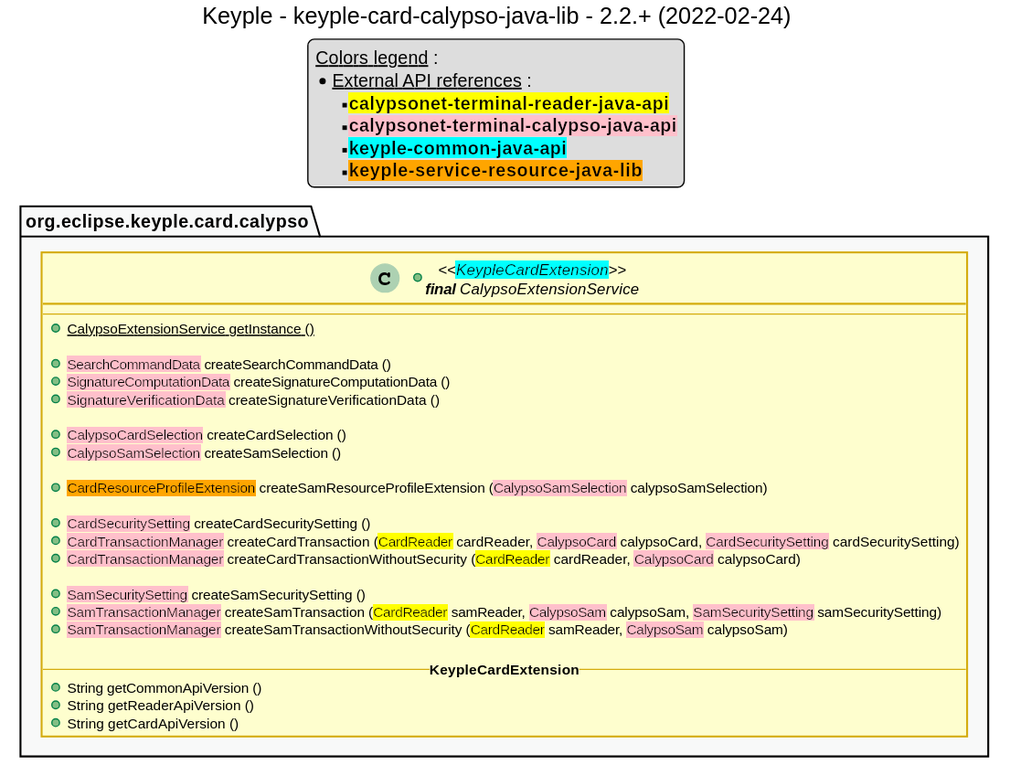
Before: src/main/uml/api_class_diagram.svg, a diagram exported from PlantUML (eclipse-keyple/keyple-card-calypso-java-lib).
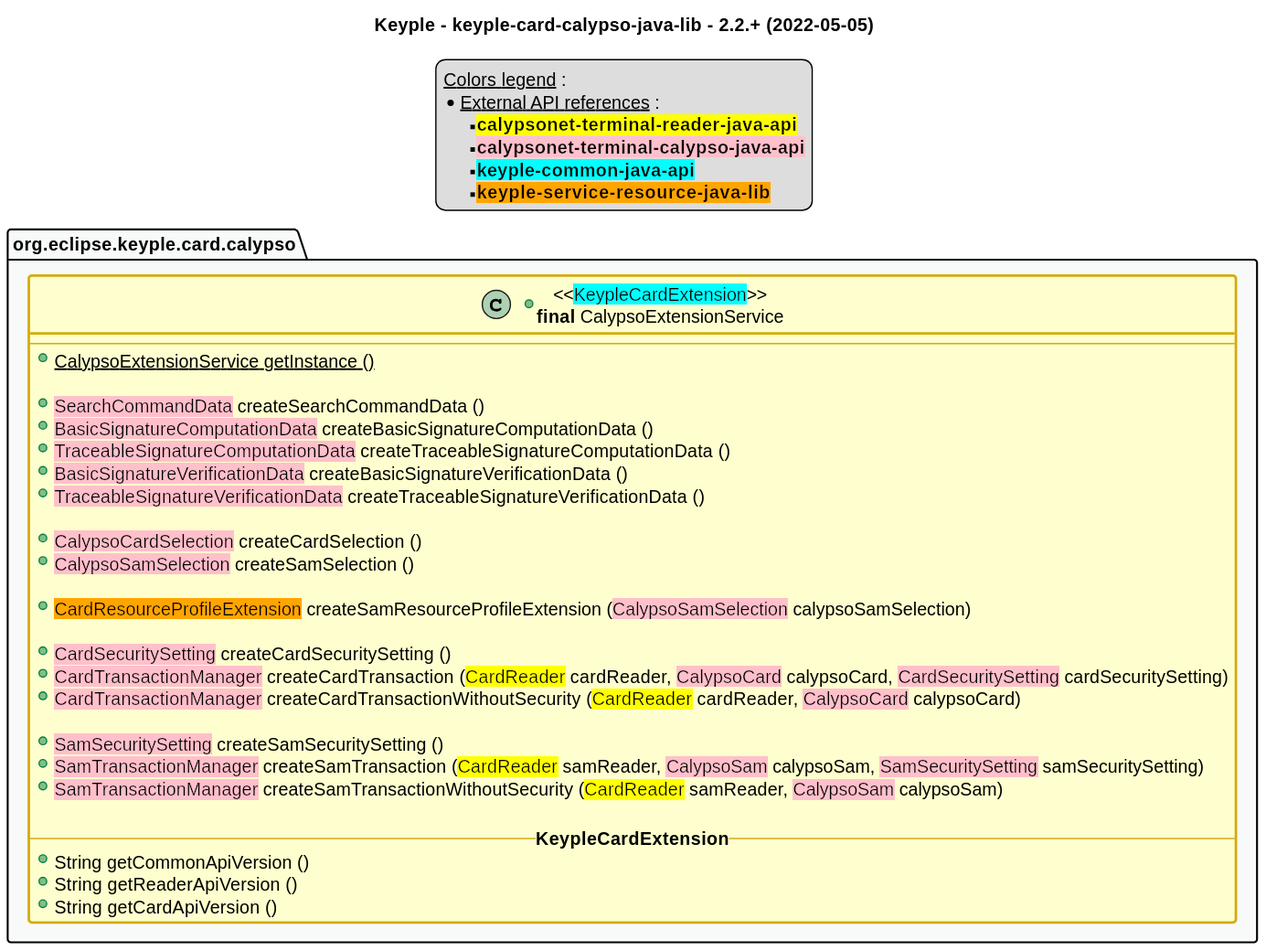
Above is the later version.

Change to the diagram source:
```diff
@@ -1,6 +1,6 @@
 @startuml
 title
-    Keyple - keyple-card-calypso-java-lib - 2.2.+ (2022-02-24)
+    Keyple - keyple-card-calypso-java-lib - 2.2.+ (2022-05-05)
 end title
 
 
@@ -13,13 +13,16 @@
 !define C_LINK 3498DB
 !define C_USE 27AE60
 
-skinparam Shadowing false
-skinparam ClassFontStyle italic
-skinparam ClassBorderColor #D4AC0D
 skinparam stereotypeABorderColor #A9DCDF
 skinparam stereotypeIBorderColor #B4A7E5
 skinparam stereotypeCBorderColor #ADD1B2
 skinparam stereotypeEBorderColor #EB93DF
+
+skinparam ClassBorderThickness 2
+skinparam ArrowThickness 2
+
+skinparam ClassBackgroundColor #FEFECE
+skinparam ClassBorderColor #D4AC0D
 skinparam ClassBackgroundColor<<red>> #FDEDEC
 skinparam ClassBorderColor<<red>> #E74C3C
 hide <<red>> stereotype
@@ -52,8 +55,10 @@
         +{static} CalypsoExtensionService getInstance ()
 
         +<back:pink>SearchCommandData</back> createSearchCommandData ()
-        +<back:pink>SignatureComputationData</back> createSignatureComputationData ()
-        +<back:pink>SignatureVerificationData</back> createSignatureVerificationData ()
+        +<back:pink>BasicSignatureComputationData</back> createBasicSignatureComputationData ()
+        +<back:pink>TraceableSignatureComputationData</back> createTraceableSignatureComputationData ()
+        +<back:pink>BasicSignatureVerificationData</back> createBasicSignatureVerificationData ()
+        +<back:pink>TraceableSignatureVerificationData</back> createTraceableSignatureVerificationData ()
 
         +<back:pink>CalypsoCardSelection</back> createCardSelection ()
         +<back:pink>CalypsoSamSelection</back> createSamSelection ()
```
